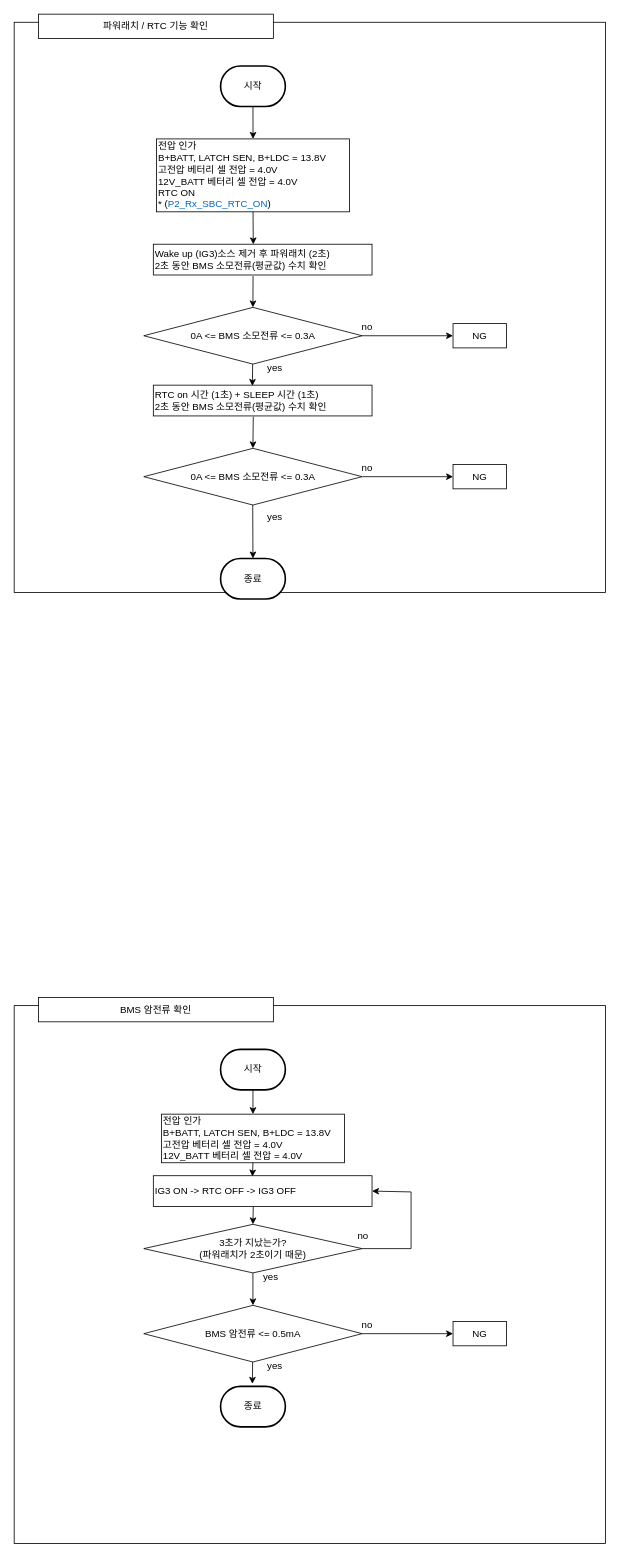
The draw.io diagram 파워래치/rtc 기능 확인 bms 암전류 확인.drawio in chaeyoonl/state-transition-diagram-test, before the edit. Source tidied: cells renumbered, new cells numbered last; positions are measured from the earlier drawing's top-left corner, leaving out a move shared by most shapes. Both pictures are drawn from the tidied source at 81%, with x=0, y=0 at pixel (14, 14).
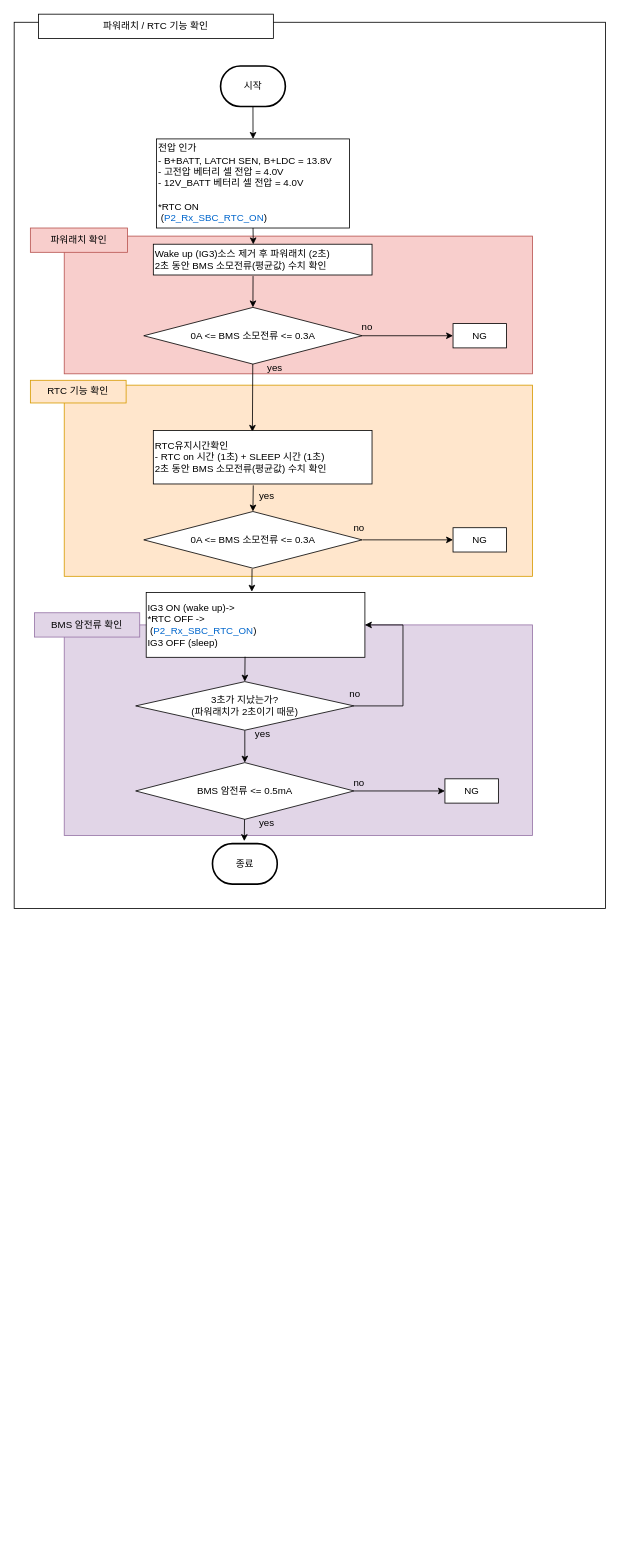
The same diagram, later.

Commit message (it also covers changes not shown here):
파워래치/rtc 기능 확인 bms 암전류 확인.drawio 업데이트

Unchanged cells that the change refers to:
```xml
<mxCell id="10" value="Wake up (IG3)소스 제거 후&amp;nbsp;파워래치 (2초)&lt;br&gt;2초 동안 BMS 소모전류(평균값) 수치 확인" style="rounded=0;whiteSpace=wrap;html=1;align=left;" parent="1" vertex="1">
  <mxGeometry x="171.8" y="284" width="270" height="38" as="geometry" />
</mxCell>
```

Diff of the diagram source:
```diff
@@
+    <mxCell id="45" style="rounded=0;whiteSpace=wrap;html=1;" parent="1" vertex="1">
+      <mxGeometry x="51.8" y="144" width="608.2" height="600" as="geometry" />
+    </mxCell>
     <mxCell id="2" style="rounded=0;whiteSpace=wrap;html=1;" parent="1" vertex="1">
-      <mxGeometry y="10" width="730" height="704" as="geometry" />
+      <mxGeometry y="10" width="730" height="1094" as="geometry" />
     </mxCell>
+    <mxCell id="9" value="파워래치 / RTC 기능 확인" style="rounded=0;whiteSpace=wrap;html=1;" parent="1" vertex="1">
+      <mxGeometry x="30" width="290" height="30" as="geometry" />
+    </mxCell>
+    <mxCell id="46" style="rounded=0;whiteSpace=wrap;html=1;fillColor=#f8cecc;strokeColor=#b85450;" parent="1" vertex="1">
+      <mxGeometry x="61.8" y="274" width="578.2" height="170" as="geometry" />
+    </mxCell>
@@
-    <mxCell id="4" value="종료" style="strokeWidth=2;html=1;shape=mxgraph.flowchart.terminator;whiteSpace=wrap;" parent="1" vertex="1">
-      <mxGeometry x="254.8" y="672" width="80" height="50" as="geometry" />
-    </mxCell>
-    <mxCell id="5" value="전압 인가&lt;br&gt;B+BATT, LATCH SEN, B+LDC = 13.8V&lt;br&gt;고전압 베터리 셀 전압 = 4.0V&lt;br&gt;12V_BATT 베터리 셀 전압&amp;nbsp;= 4.0V&lt;br&gt;RTC ON&lt;br&gt;* (&lt;font color=&quot;#0066cc&quot;&gt;P2_Rx_SBC_RTC_ON&lt;/font&gt;)" style="rounded=0;whiteSpace=wrap;html=1;align=left;" parent="1" vertex="1">
-      <mxGeometry x="175.8" y="154" width="238.2" height="90" as="geometry" />
+    <mxCell id="5" value="전압 인가&lt;br&gt;- B+BATT, LATCH SEN, B+LDC = 13.8V&lt;br&gt;- 고전압 베터리 셀 전압 = 4.0V&lt;br&gt;- 12V_BATT 베터리 셀 전압&amp;nbsp;= 4.0V&lt;br&gt;&lt;br&gt;*RTC ON&lt;br&gt;&amp;nbsp;(&lt;font color=&quot;#0066cc&quot;&gt;P2_Rx_SBC_RTC_ON&lt;/font&gt;)" style="rounded=0;whiteSpace=wrap;html=1;align=left;" parent="1" vertex="1">
+      <mxGeometry x="175.8" y="154" width="238.2" height="110" as="geometry" />
     </mxCell>
@@
-    <mxCell id="8" style="endArrow=classic;html=1;rounded=0;exitX=0.499;exitY=0.968;exitDx=0;exitDy=0;entryX=0.5;entryY=0;entryDx=0;entryDy=0;entryPerimeter=0;exitPerimeter=0;" parent="1" edge="1" source="15" target="4">
-      <mxGeometry relative="1" as="geometry" />
-    </mxCell>
-    <mxCell id="9" value="파워래치 / RTC 기능 확인" style="rounded=0;whiteSpace=wrap;html=1;" parent="1" vertex="1">
-      <mxGeometry x="30" width="290" height="30" as="geometry" />
-    </mxCell>
@@
+    <mxCell id="44" style="endArrow=classic;html=1;rounded=0;exitX=0.5;exitY=1;exitDx=0;exitDy=0;entryX=0.457;entryY=0.005;entryDx=0;entryDy=0;entryPerimeter=0;" parent="1" edge="1" source="5" target="10">
+      <mxGeometry relative="1" as="geometry" />
+    </mxCell>
+    <mxCell id="47" value="&lt;span style=&quot;color: rgb(0, 0, 0); font-family: Helvetica; font-size: 12px; font-style: normal; font-variant-ligatures: normal; font-variant-caps: normal; font-weight: 400; letter-spacing: normal; orphans: 2; text-align: center; text-indent: 0px; text-transform: none; widows: 2; word-spacing: 0px; -webkit-text-stroke-width: 0px; text-decoration-thickness: initial; text-decoration-style: initial; text-decoration-color: initial; float: none; display: inline !important;&quot;&gt;파워래치 확인&lt;br&gt;&lt;/span&gt;" style="rounded=0;whiteSpace=wrap;html=1;fillColor=#f8cecc;strokeColor=#b85450;fillStyle=solid;labelBackgroundColor=none;" parent="1" vertex="1">
+      <mxGeometry x="20" y="264" width="120" height="30" as="geometry" />
+    </mxCell>
+    <mxCell id="48" style="rounded=0;whiteSpace=wrap;html=1;fillColor=#ffe6cc;strokeColor=#d79b00;" parent="1" vertex="1">
+      <mxGeometry x="61.8" y="458" width="578.2" height="236" as="geometry" />
+    </mxCell>
+    <mxCell id="12" style="endArrow=classic;html=1;rounded=0;exitX=0.457;exitY=1.026;exitDx=0;exitDy=0;entryX=0.5;entryY=0;entryDx=0;entryDy=0;exitPerimeter=0;" parent="1" edge="1" source="14" target="15">
+      <mxGeometry relative="1" as="geometry" />
+    </mxCell>
+    <mxCell id="15" value="0A &amp;lt;= BMS 소모전류 &amp;lt;= 0.3A" style="rhombus;whiteSpace=wrap;html=1;" parent="1" vertex="1">
+      <mxGeometry x="160" y="614" width="269.5" height="70" as="geometry" />
+    </mxCell>
+    <mxCell id="20" value="NG" style="rounded=0;whiteSpace=wrap;html=1;align=center;" parent="1" vertex="1">
+      <mxGeometry x="541.8" y="634" width="66" height="30" as="geometry" />
+    </mxCell>
+    <mxCell id="21" style="endArrow=classic;html=1;rounded=0;exitX=1;exitY=0.5;exitDx=0;exitDy=0;entryX=0;entryY=0.5;entryDx=0;entryDy=0;" parent="1" edge="1" target="20">
+      <mxGeometry relative="1" as="geometry">
+        <mxPoint x="429.8" y="649" as="sourcePoint" />
+      </mxGeometry>
+    </mxCell>
+    <mxCell id="22" value="no" style="text;html=1;strokeColor=none;fillColor=none;align=center;verticalAlign=middle;whiteSpace=wrap;rounded=0;" parent="1" vertex="1">
+      <mxGeometry x="395.8" y="619" width="60" height="30" as="geometry" />
+    </mxCell>
@@
-    <mxCell id="12" style="endArrow=classic;html=1;rounded=0;exitX=0.457;exitY=1.026;exitDx=0;exitDy=0;entryX=0.5;entryY=0;entryDx=0;entryDy=0;exitPerimeter=0;" parent="1" edge="1" source="14" target="15">
-      <mxGeometry relative="1" as="geometry" />
-    </mxCell>
@@
-    <mxCell id="14" value="RTC on 시간 (1초) + SLEEP 시간 (1초)&lt;br&gt;2초 동안 BMS 소모전류(평균값) 수치 확인" style="rounded=0;whiteSpace=wrap;html=1;align=left;" parent="1" vertex="1">
-      <mxGeometry x="171.8" y="458" width="270" height="38" as="geometry" />
-    </mxCell>
-    <mxCell id="15" value="0A &amp;lt;= BMS 소모전류 &amp;lt;= 0.3A" style="rhombus;whiteSpace=wrap;html=1;" parent="1" vertex="1">
-      <mxGeometry x="160" y="536" width="269.5" height="70" as="geometry" />
-    </mxCell>
@@
-    <mxCell id="20" value="NG" style="rounded=0;whiteSpace=wrap;html=1;align=center;" parent="1" vertex="1">
-      <mxGeometry x="541.8" y="556" width="66" height="30" as="geometry" />
-    </mxCell>
-    <mxCell id="21" style="endArrow=classic;html=1;rounded=0;exitX=1;exitY=0.5;exitDx=0;exitDy=0;entryX=0;entryY=0.5;entryDx=0;entryDy=0;" parent="1" edge="1" target="20">
-      <mxGeometry relative="1" as="geometry">
-        <mxPoint x="429.8" y="571" as="sourcePoint" />
-      </mxGeometry>
-    </mxCell>
-    <mxCell id="22" value="no" style="text;html=1;strokeColor=none;fillColor=none;align=center;verticalAlign=middle;whiteSpace=wrap;rounded=0;" parent="1" vertex="1">
-      <mxGeometry x="405.8" y="546" width="60" height="30" as="geometry" />
-    </mxCell>
+    <mxCell id="14" value="RTC유지시간확인&lt;br&gt;- RTC on 시간 (1초) + SLEEP 시간 (1초)&lt;br&gt;2초 동안 BMS 소모전류(평균값) 수치 확인" style="rounded=0;whiteSpace=wrap;html=1;align=left;" parent="1" vertex="1">
+      <mxGeometry x="171.8" y="514" width="270" height="66" as="geometry" />
+    </mxCell>
+    <mxCell id="49" value="&lt;span style=&quot;color: rgb(0, 0, 0); font-family: Helvetica; font-size: 12px; font-style: normal; font-variant-ligatures: normal; font-variant-caps: normal; font-weight: 400; letter-spacing: normal; orphans: 2; text-align: center; text-indent: 0px; text-transform: none; widows: 2; word-spacing: 0px; -webkit-text-stroke-width: 0px; text-decoration-thickness: initial; text-decoration-style: initial; text-decoration-color: initial; float: none; display: inline !important;&quot;&gt;RTC 기능 확인&lt;br&gt;&lt;/span&gt;" style="rounded=0;whiteSpace=wrap;html=1;fillColor=#ffe6cc;strokeColor=#d79b00;labelBackgroundColor=none;" parent="1" vertex="1">
+      <mxGeometry x="20" y="452" width="118.2" height="28" as="geometry" />
+    </mxCell>
+    <mxCell id="50" style="rounded=0;whiteSpace=wrap;html=1;fillColor=#e1d5e7;strokeColor=#9673a6;" parent="1" vertex="1">
+      <mxGeometry x="61.8" y="754" width="578.2" height="260" as="geometry" />
+    </mxCell>
+    <mxCell id="8" style="endArrow=classic;html=1;rounded=0;exitX=0.496;exitY=1.012;exitDx=0;exitDy=0;entryX=0.483;entryY=-0.012;entryDx=0;entryDy=0;entryPerimeter=0;exitPerimeter=0;" parent="1" edge="1" source="15" target="52">
+      <mxGeometry relative="1" as="geometry" />
+    </mxCell>
     <mxCell id="23" value="yes" style="text;html=1;strokeColor=none;fillColor=none;align=center;verticalAlign=middle;whiteSpace=wrap;rounded=0;" parent="1" vertex="1">
-      <mxGeometry x="291.8" y="606" width="60" height="30" as="geometry" />
+      <mxGeometry x="281.8" y="580" width="60" height="30" as="geometry" />
     </mxCell>
-    <mxCell id="24" style="rounded=0;whiteSpace=wrap;html=1;" parent="1" vertex="1">
-      <mxGeometry y="1224" width="730" height="664" as="geometry" />
-    </mxCell>
-    <mxCell id="25" value="시작" style="strokeWidth=2;html=1;shape=mxgraph.flowchart.terminator;whiteSpace=wrap;" parent="1" vertex="1">
-      <mxGeometry x="254.8" y="1278" width="80" height="50" as="geometry" />
-    </mxCell>
-    <mxCell id="26" value="종료" style="strokeWidth=2;html=1;shape=mxgraph.flowchart.terminator;whiteSpace=wrap;" parent="1" vertex="1">
-      <mxGeometry x="254.8" y="1694" width="80" height="50" as="geometry" />
-    </mxCell>
-    <mxCell id="27" value="전압 인가&lt;br&gt;B+BATT, LATCH SEN, B+LDC = 13.8V&lt;br&gt;고전압 베터리 셀 전압 = 4.0V&lt;br&gt;12V_BATT 베터리 셀 전압&amp;nbsp;= 4.0V" style="rounded=0;whiteSpace=wrap;html=1;align=left;" parent="1" vertex="1">
-      <mxGeometry x="181.8" y="1358" width="226" height="60" as="geometry" />
-    </mxCell>
+    <mxCell id="51" value="종료" style="strokeWidth=2;html=1;shape=mxgraph.flowchart.terminator;whiteSpace=wrap;" parent="1" vertex="1">
+      <mxGeometry x="244.8" y="1024" width="80" height="50" as="geometry" />
+    </mxCell>
@@
-    <mxCell id="29" style="endArrow=classic;html=1;rounded=0;exitX=0.5;exitY=1;exitDx=0;exitDy=0;exitPerimeter=0;entryX=0.5;entryY=0;entryDx=0;entryDy=0;" parent="1" edge="1" source="25" target="27">
-      <mxGeometry relative="1" as="geometry" />
-    </mxCell>
-    <mxCell id="30" value="BMS 암전류 확인" style="rounded=0;whiteSpace=wrap;html=1;" parent="1" vertex="1">
-      <mxGeometry x="30" y="1214" width="290" height="30" as="geometry" />
-    </mxCell>
-    <mxCell id="31" style="endArrow=classic;html=1;rounded=0;exitX=0.5;exitY=1;exitDx=0;exitDy=0;entryX=0.453;entryY=0.025;entryDx=0;entryDy=0;entryPerimeter=0;" parent="1" edge="1" source="27" target="32">
-      <mxGeometry relative="1" as="geometry" />
-    </mxCell>
-    <mxCell id="32" value="IG3 ON -&amp;gt; RTC OFF -&amp;gt; IG3 OFF" style="rounded=0;whiteSpace=wrap;html=1;align=left;" parent="1" vertex="1">
-      <mxGeometry x="171.8" y="1434" width="270" height="38" as="geometry" />
-    </mxCell>
+    <mxCell id="52" value="IG3 ON (wake up)-&amp;gt;&lt;br&gt;*RTC OFF -&amp;gt;&lt;br&gt;&amp;nbsp;(&lt;font style=&quot;border-color: var(--border-color);&quot; color=&quot;#0066cc&quot;&gt;P2_Rx_SBC_RTC_ON&lt;/font&gt;)&lt;br&gt;IG3 OFF (sleep)" style="rounded=0;whiteSpace=wrap;html=1;align=left;" parent="1" vertex="1">
+      <mxGeometry x="163" y="714" width="270" height="80" as="geometry" />
+    </mxCell>
     <mxCell id="33" value="BMS 암전류 &amp;lt;= 0.5mA" style="rhombus;whiteSpace=wrap;html=1;" parent="1" vertex="1">
-      <mxGeometry x="160" y="1594" width="269.5" height="70" as="geometry" />
+      <mxGeometry x="150" y="924" width="269.5" height="70" as="geometry" />
     </mxCell>
-    <mxCell id="34" style="endArrow=classic;html=1;rounded=0;entryX=0.453;entryY=0.025;entryDx=0;entryDy=0;entryPerimeter=0;" parent="1" edge="1" source="33">
-      <mxGeometry relative="1" as="geometry">
-        <mxPoint x="294.1" y="1690.9" as="targetPoint" />
-      </mxGeometry>
-    </mxCell>
-    <mxCell id="35" value="yes" style="text;html=1;strokeColor=none;fillColor=none;align=center;verticalAlign=middle;whiteSpace=wrap;rounded=0;" parent="1" vertex="1">
-      <mxGeometry x="291.8" y="1654" width="60" height="30" as="geometry" />
-    </mxCell>
+    <mxCell id="53" style="endArrow=classic;html=1;rounded=0;entryX=0.453;entryY=0.025;entryDx=0;entryDy=0;entryPerimeter=0;" parent="1" edge="1" source="33">
+      <mxGeometry relative="1" as="geometry">
+        <mxPoint x="284.1" y="1020.9" as="targetPoint" />
+      </mxGeometry>
+    </mxCell>
+    <mxCell id="54" value="yes" style="text;html=1;strokeColor=none;fillColor=none;align=center;verticalAlign=middle;whiteSpace=wrap;rounded=0;" parent="1" vertex="1">
+      <mxGeometry x="281.8" y="984" width="60" height="30" as="geometry" />
+    </mxCell>
     <mxCell id="36" value="NG" style="rounded=0;whiteSpace=wrap;html=1;align=center;" parent="1" vertex="1">
-      <mxGeometry x="541.8" y="1614" width="66" height="30" as="geometry" />
+      <mxGeometry x="531.8" y="944" width="66" height="30" as="geometry" />
     </mxCell>
@@
-    <mxCell id="38" value="no" style="text;html=1;strokeColor=none;fillColor=none;align=center;verticalAlign=middle;whiteSpace=wrap;rounded=0;" parent="1" vertex="1">
-      <mxGeometry x="405.8" y="1604" width="60" height="30" as="geometry" />
-    </mxCell>
+    <mxCell id="55" value="no" style="text;html=1;strokeColor=none;fillColor=none;align=center;verticalAlign=middle;whiteSpace=wrap;rounded=0;" parent="1" vertex="1">
+      <mxGeometry x="395.8" y="934" width="60" height="30" as="geometry" />
+    </mxCell>
     <mxCell id="39" value="3초가 지났는가?&lt;br&gt;(파워래치가 2초이기 때문)" style="rhombus;whiteSpace=wrap;html=1;" parent="1" vertex="1">
-      <mxGeometry x="160" y="1494" width="269.5" height="60" as="geometry" />
+      <mxGeometry x="150" y="824" width="269.5" height="60" as="geometry" />
     </mxCell>
-    <mxCell id="40" style="endArrow=classic;html=1;rounded=0;exitX=0.457;exitY=1.005;exitDx=0;exitDy=0;entryX=0.5;entryY=0;entryDx=0;entryDy=0;exitPerimeter=0;" parent="1" edge="1" source="32" target="39">
-      <mxGeometry relative="1" as="geometry" />
-    </mxCell>
-    <mxCell id="41" style="endArrow=classic;html=1;rounded=0;exitX=1;exitY=0.5;exitDx=0;exitDy=0;entryX=1;entryY=0.5;entryDx=0;entryDy=0;" parent="1" edge="1" source="39" target="32">
-      <mxGeometry relative="1" as="geometry">
-        <Array as="points">
-          <mxPoint x="490" y="1524" />
-          <mxPoint x="490" y="1454" />
-        </Array>
-      </mxGeometry>
-    </mxCell>
-    <mxCell id="42" value="yes" style="text;html=1;strokeColor=none;fillColor=none;align=center;verticalAlign=middle;whiteSpace=wrap;rounded=0;" parent="1" vertex="1">
-      <mxGeometry x="287" y="1544" width="60" height="30" as="geometry" />
-    </mxCell>
-    <mxCell id="43" value="no" style="text;html=1;strokeColor=none;fillColor=none;align=center;verticalAlign=middle;whiteSpace=wrap;rounded=0;" parent="1" vertex="1">
-      <mxGeometry x="401" y="1494" width="60" height="30" as="geometry" />
-    </mxCell>
-    <mxCell id="44" style="endArrow=classic;html=1;rounded=0;exitX=0.5;exitY=1;exitDx=0;exitDy=0;entryX=0.457;entryY=0.005;entryDx=0;entryDy=0;entryPerimeter=0;" parent="1" edge="1" source="5" target="10">
-      <mxGeometry relative="1" as="geometry" />
-    </mxCell>
+    <mxCell id="56" style="endArrow=classic;html=1;rounded=0;exitX=0.452;exitY=0.991;exitDx=0;exitDy=0;entryX=0.5;entryY=0;entryDx=0;entryDy=0;exitPerimeter=0;" parent="1" edge="1" source="52" target="39">
+      <mxGeometry relative="1" as="geometry" />
+    </mxCell>
+    <mxCell id="57" style="endArrow=classic;html=1;rounded=0;exitX=1;exitY=0.5;exitDx=0;exitDy=0;entryX=1;entryY=0.5;entryDx=0;entryDy=0;" parent="1" edge="1" source="39" target="52">
+      <mxGeometry relative="1" as="geometry">
+        <Array as="points">
+          <mxPoint x="480" y="854" />
+          <mxPoint x="480" y="754" />
+        </Array>
+      </mxGeometry>
+    </mxCell>
+    <mxCell id="58" value="yes" style="text;html=1;strokeColor=none;fillColor=none;align=center;verticalAlign=middle;whiteSpace=wrap;rounded=0;" parent="1" vertex="1">
+      <mxGeometry x="277" y="874" width="60" height="30" as="geometry" />
+    </mxCell>
+    <mxCell id="59" value="no" style="text;html=1;strokeColor=none;fillColor=none;align=center;verticalAlign=middle;whiteSpace=wrap;rounded=0;" parent="1" vertex="1">
+      <mxGeometry x="391" y="824" width="60" height="30" as="geometry" />
+    </mxCell>
+    <mxCell id="30" value="&lt;span style=&quot;color: rgb(0, 0, 0); font-family: Helvetica; font-size: 12px; font-style: normal; font-variant-ligatures: normal; font-variant-caps: normal; font-weight: 400; letter-spacing: normal; orphans: 2; text-align: center; text-indent: 0px; text-transform: none; widows: 2; word-spacing: 0px; -webkit-text-stroke-width: 0px; text-decoration-thickness: initial; text-decoration-style: initial; text-decoration-color: initial; float: none; display: inline !important;&quot;&gt;BMS 암전류 확인&lt;br&gt;&lt;/span&gt;" style="rounded=0;whiteSpace=wrap;html=1;fillColor=#e1d5e7;strokeColor=#9673a6;labelBackgroundColor=none;" parent="1" vertex="1">
+      <mxGeometry x="25" y="739" width="130" height="30" as="geometry" />
+    </mxCell>
```
